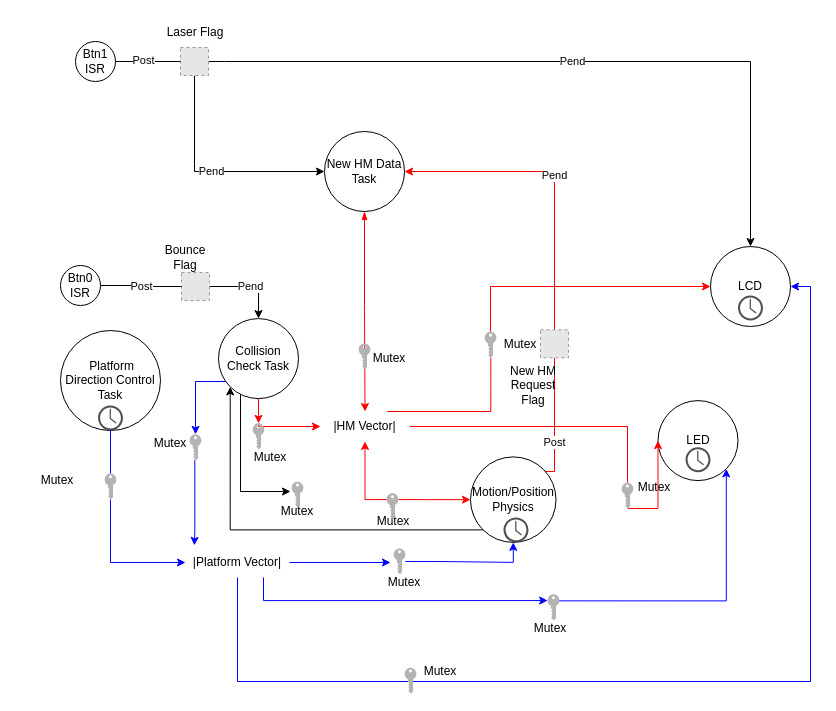
This is Tommy_Ramirez_ECEN3753_HarkonnenPong.drawio.xml from thra6614/Tommy_Ramirez_ECEN3753_Project_HarkonnenPong, a draw.io file, before an edit. Source tidied: cells renumbered, new cells numbered last; positions are measured from the earlier drawing's top-left corner, leaving out a move shared by most shapes. Both pictures are drawn from the tidied source at 100%, with x=0, y=0 at pixel (17, 17). Pictures stored in the file or linked from it are replaced by grey dashed boxes.
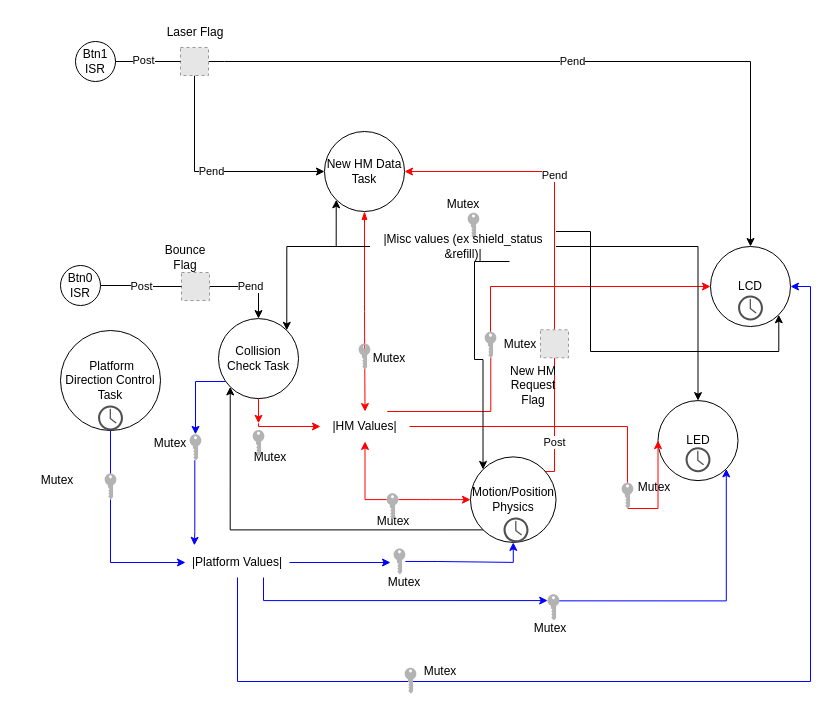
The same page after the edit.

The change refers to these unchanged cells:
```xml
<mxCell id="10" value="New HM Data Task" style="ellipse;whiteSpace=wrap;html=1;" parent="1" vertex="1">
  <mxGeometry x="307" y="114" width="80" height="80" as="geometry" />
</mxCell>
<mxCell id="11" value="LCD" style="ellipse;whiteSpace=wrap;html=1;" parent="1" vertex="1">
  <mxGeometry x="693" y="229" width="80" height="80" as="geometry" />
</mxCell>
<mxCell id="16" value="Motion/Position Physics" style="ellipse;whiteSpace=wrap;html=1;" parent="1" vertex="1">
  <mxGeometry x="453" y="439.4" width="85.5" height="85.5" as="geometry" />
</mxCell>
<mxCell id="18" value="LED" style="ellipse;whiteSpace=wrap;html=1;" parent="1" vertex="1">
  <mxGeometry x="640.5" y="383.1" width="80" height="80" as="geometry" />
</mxCell>
<mxCell id="23" value="Collision Check Task" style="ellipse;whiteSpace=wrap;html=1;" parent="1" vertex="1">
  <mxGeometry x="201" y="301.1" width="80" height="80" as="geometry" />
</mxCell>
```

Change to the diagram source:
```diff
@@
-    <mxCell id="20" style="edgeStyle=orthogonalEdgeStyle;rounded=0;jettySize=auto;html=1;entryX=0;entryY=0.5;entryDx=0;entryDy=0;endArrow=classic;endFill=1;startArrow=none;strokeColor=#FF0000;" parent="1" edge="1" source="51" target="47">
+    <mxCell id="20" style="edgeStyle=orthogonalEdgeStyle;rounded=0;jettySize=auto;html=1;entryX=0;entryY=0.5;entryDx=0;entryDy=0;endArrow=classic;endFill=1;startArrow=none;strokeColor=#FF0000;" parent="1" edge="1" target="47">
       <mxGeometry relative="1" as="geometry">
+        <mxPoint x="241" y="405.8" as="sourcePoint" />
         <Array as="points">
           <mxPoint x="241" y="409" />
         </Array>
       </mxGeometry>
     </mxCell>
-    <mxCell id="21" style="edgeStyle=orthogonalEdgeStyle;rounded=0;jettySize=auto;html=1;entryX=0;entryY=0.5;entryDx=0;entryDy=0;entryPerimeter=0;startArrow=none;startFill=0;endArrow=classic;endFill=1;strokeColor=#FF0000;" parent="1" edge="1" source="23" target="51">
-      <mxGeometry relative="1" as="geometry" />
+    <mxCell id="21" style="edgeStyle=orthogonalEdgeStyle;rounded=0;jettySize=auto;html=1;entryX=0;entryY=0.5;entryDx=0;entryDy=0;entryPerimeter=0;startArrow=none;startFill=0;endArrow=classic;endFill=1;strokeColor=#FF0000;" parent="1" edge="1" source="23">
+      <mxGeometry relative="1" as="geometry">
+        <mxPoint x="241" y="405.8" as="targetPoint" />
+      </mxGeometry>
     </mxCell>
-    <mxCell id="22" style="edgeStyle=orthogonalEdgeStyle;rounded=0;jettySize=auto;html=1;" parent="1" edge="1" source="23">
-      <mxGeometry relative="1" as="geometry">
-        <mxPoint x="273" y="474" as="targetPoint" />
-        <Array as="points">
-          <mxPoint x="223" y="474" />
-        </Array>
-      </mxGeometry>
-    </mxCell>
@@
-    <mxCell id="28" value="|Platform Vector|" style="text;html=1;strokeColor=none;fillColor=none;align=center;verticalAlign=middle;whiteSpace=wrap;rounded=0;" parent="1" vertex="1">
+    <mxCell id="28" value="|Platform Values|" style="text;html=1;strokeColor=none;fillColor=none;align=center;verticalAlign=middle;whiteSpace=wrap;rounded=0;" parent="1" vertex="1">
       <mxGeometry x="168" y="530" width="104" height="30" as="geometry" />
     </mxCell>
@@
-    <mxCell id="47" value="|HM Vector|" style="text;html=1;strokeColor=none;fillColor=none;align=center;verticalAlign=middle;whiteSpace=wrap;rounded=0;" parent="1" vertex="1">
+    <mxCell id="47" value="|HM Values|" style="text;html=1;strokeColor=none;fillColor=none;align=center;verticalAlign=middle;whiteSpace=wrap;rounded=0;" parent="1" vertex="1">
       <mxGeometry x="303" y="394" width="89" height="30" as="geometry" />
     </mxCell>
@@
-    <mxCell id="51" style="points=[[0,0.5,0],[0.24,0,0],[0.5,0.28,0],[0.995,0.475,0],[0.5,0.72,0],[0.24,1,0]];verticalLabelPosition=bottom;sketch=0;html=1;verticalAlign=top;align=center;shape=mxgraph.cisco19.key;fillColor=#B3B3B3;strokeColor=none;rotation=90;" parent="1" vertex="1">
-      <mxGeometry x="228" y="413" width="26" height="11.7" as="geometry" />
-    </mxCell>
@@
     <mxCell id="70" style="verticalLabelPosition=bottom;sketch=0;html=1;verticalAlign=top;align=center;shape=mxgraph.cisco19.key;fillColor=#B3B3B3;strokeColor=none;rotation=90;" parent="1" vertex="1">
-      <mxGeometry x="267" y="471.3" width="26" height="11.7" as="geometry" />
+      <mxGeometry x="443" y="202.3" width="26" height="11.7" as="geometry" />
     </mxCell>
     <mxCell id="71" value="Mutex" style="text;html=1;strokeColor=none;fillColor=none;align=center;verticalAlign=middle;whiteSpace=wrap;rounded=0;" parent="1" vertex="1">
-      <mxGeometry x="240" y="478.5" width="80" height="30" as="geometry" />
+      <mxGeometry x="406" y="172.3" width="80" height="30" as="geometry" />
     </mxCell>
+    <mxCell id="72" style="edgeStyle=orthogonalEdgeStyle;rounded=0;jettySize=auto;html=1;entryX=0;entryY=0;entryDx=0;entryDy=0;exitX=0.75;exitY=1;exitDx=0;exitDy=0;startArrow=none;" parent="1" edge="1" source="77" target="16">
+      <mxGeometry relative="1" as="geometry">
+        <Array as="points">
+          <mxPoint x="457" y="342" />
+          <mxPoint x="466" y="342" />
+        </Array>
+      </mxGeometry>
+    </mxCell>
+    <mxCell id="73" style="edgeStyle=orthogonalEdgeStyle;rounded=0;jettySize=auto;html=1;exitX=1;exitY=0;exitDx=0;exitDy=0;entryX=1;entryY=1;entryDx=0;entryDy=0;" parent="1" edge="1" source="77" target="11">
+      <mxGeometry relative="1" as="geometry">
+        <Array as="points">
+          <mxPoint x="573" y="214" />
+          <mxPoint x="573" y="334" />
+          <mxPoint x="761" y="334" />
+        </Array>
+      </mxGeometry>
+    </mxCell>
+    <mxCell id="74" style="edgeStyle=orthogonalEdgeStyle;rounded=0;jettySize=auto;html=1;entryX=0;entryY=1;entryDx=0;entryDy=0;" parent="1" edge="1" source="77" target="10">
+      <mxGeometry relative="1" as="geometry">
+        <Array as="points">
+          <mxPoint x="319" y="229" />
+        </Array>
+      </mxGeometry>
+    </mxCell>
+    <mxCell id="75" style="edgeStyle=orthogonalEdgeStyle;rounded=0;jettySize=auto;html=1;entryX=0.5;entryY=0;entryDx=0;entryDy=0;" parent="1" edge="1" source="77" target="18">
+      <mxGeometry relative="1" as="geometry" />
+    </mxCell>
+    <mxCell id="76" style="edgeStyle=orthogonalEdgeStyle;rounded=0;jettySize=auto;html=1;entryX=1;entryY=0;entryDx=0;entryDy=0;" parent="1" edge="1" source="77" target="23">
+      <mxGeometry relative="1" as="geometry" />
+    </mxCell>
+    <mxCell id="77" value="|Misc values (ex shield_status &amp;amp;refill)|" style="text;html=1;strokeColor=none;fillColor=none;align=center;verticalAlign=middle;whiteSpace=wrap;rounded=0;" parent="1" vertex="1">
+      <mxGeometry x="352.5" y="214" width="186" height="30" as="geometry" />
+    </mxCell>
+    <mxCell id="78" style="verticalLabelPosition=bottom;sketch=0;html=1;verticalAlign=top;align=center;shape=mxgraph.cisco19.key;fillColor=#B3B3B3;strokeColor=none;rotation=90;" parent="1" vertex="1">
+      <mxGeometry x="228" y="419.6" width="26" height="11.7" as="geometry" />
+    </mxCell>
```
